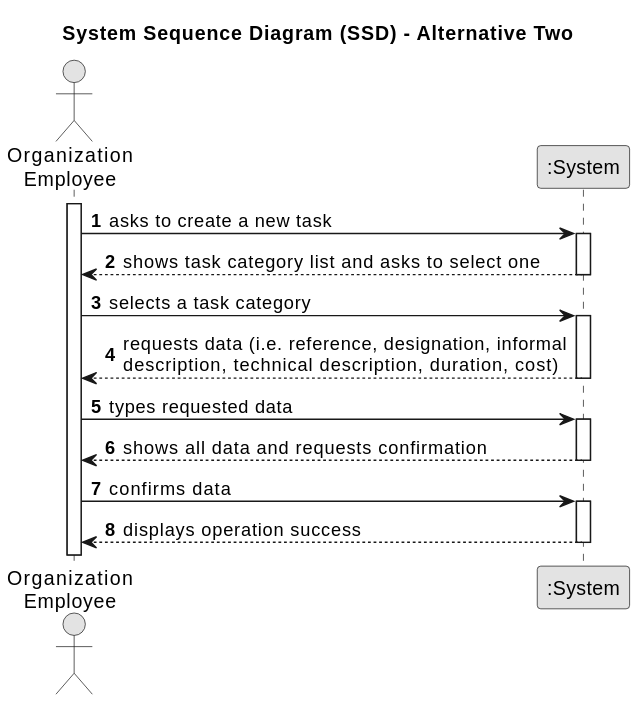
This is docs/sprintA/us002/01.requirements-engineering/svg/us002-system-sequence-diagram-alternative-two.svg from daniel41silva05/ISEP_2023_2024_LAPR2, a PlantUML export, as it was before one commit.
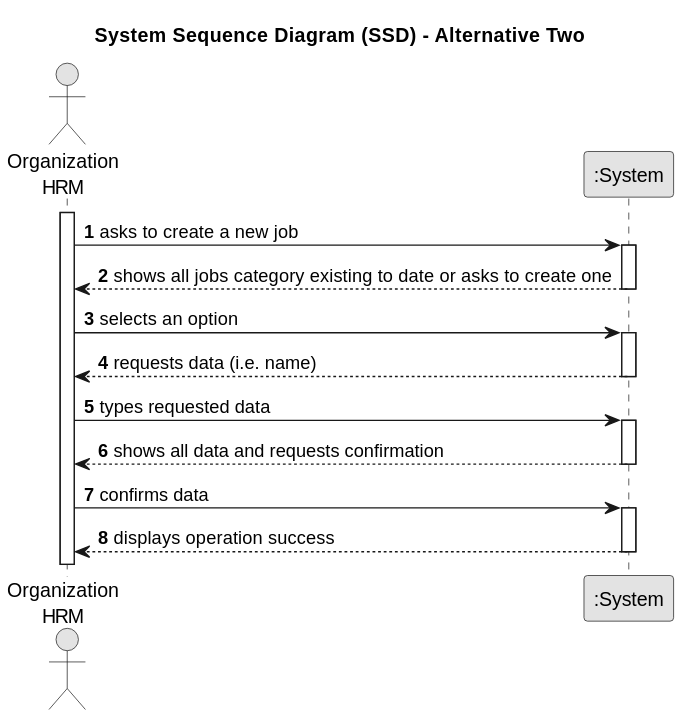
Above is the later version.

The edit, as a diff of the source:
```diff
@@ -7,21 +7,21 @@
 
 autonumber
 
-actor "Organization\nEmployee" as Employee
+actor "Organization\nHRM" as Employee
 participant ":System" as System
 
 activate Employee
 
-    Employee -> System : asks to create a new task
+    Employee -> System : asks to create a new job
     activate System
 
-        System --> Employee : shows task category list and asks to select one
+        System --> Employee : shows all jobs category existing to date or asks to create one
     deactivate System
 
-    Employee -> System : selects a task category
+    Employee -> System : selects an option
     activate System
 
-        System --> Employee : requests data (i.e. reference, designation, informal\ndescription, technical description, duration, cost)
+        System --> Employee : requests data (i.e. name)
     deactivate System
 
     Employee -> System : types requested data
```
